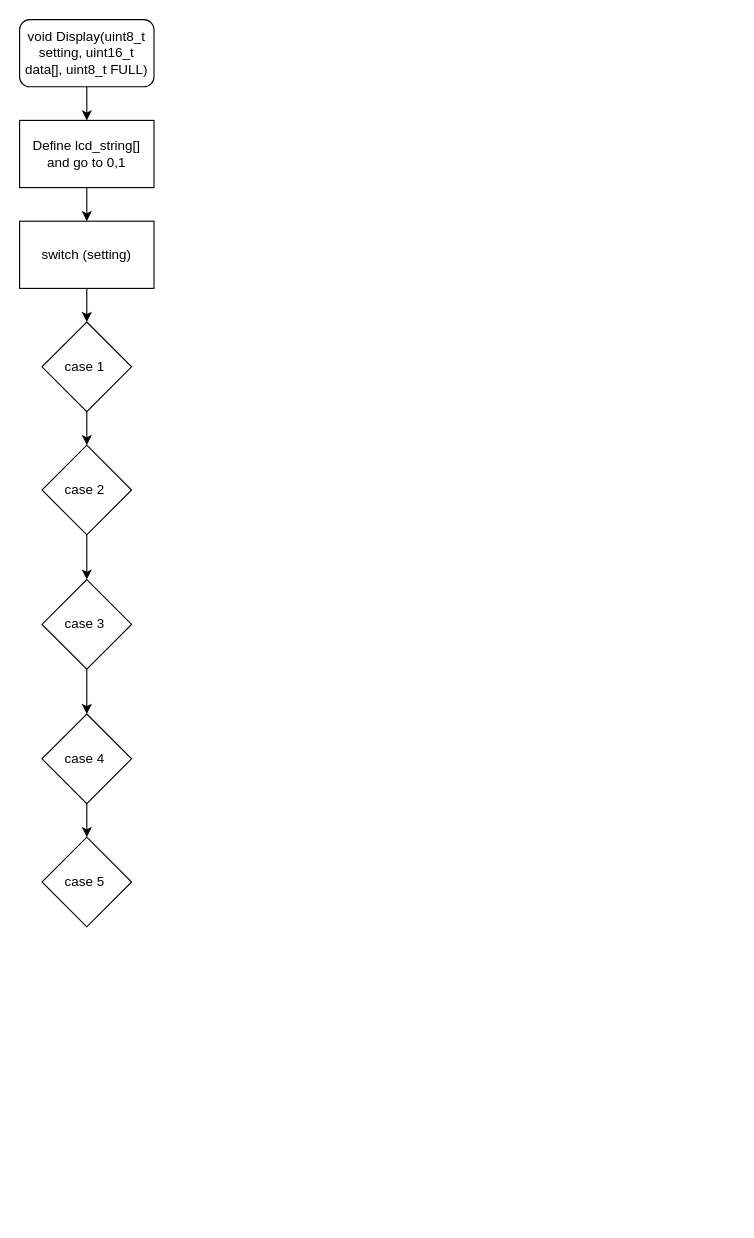
Before: Menu.drawio in unaxlasa/Water-Tank-Project, a draw.io diagram. Source tidied: cells renumbered, new cells numbered last; positions are measured from the earlier drawing's top-left corner, leaving out a move shared by most shapes. Both pictures are drawn from the tidied source at 112%, with x=0, y=0 at pixel (19, 19).
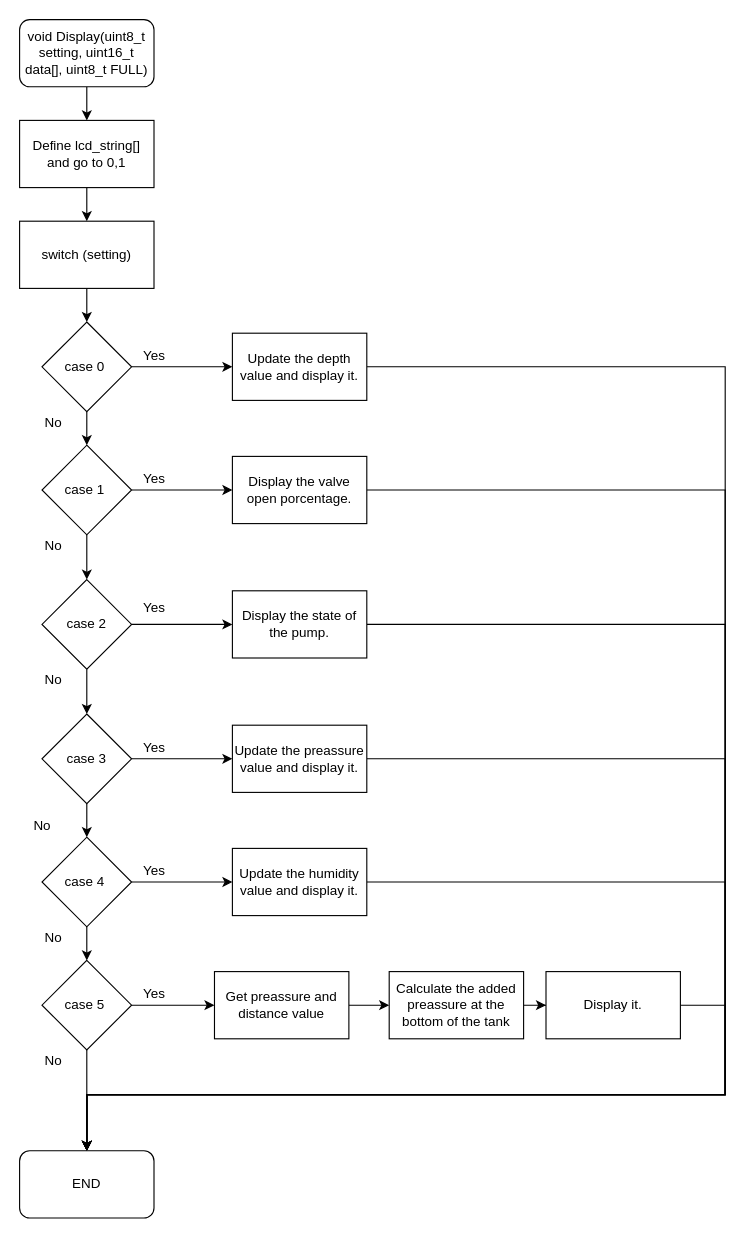
The same diagram, later.

The edit, as a diff of the source:
```diff
@@
+    <mxCell id="17" style="edgeStyle=orthogonalEdgeStyle;rounded=0;jettySize=auto;html=1;" parent="1" edge="1" source="7" target="24">
+      <mxGeometry relative="1" as="geometry" />
+    </mxCell>
-    <mxCell id="7" value="case 1&amp;nbsp;" style="rhombus;whiteSpace=wrap;html=1;" parent="1" vertex="1">
+    <mxCell id="7" value="case 0&amp;nbsp;" style="rhombus;whiteSpace=wrap;html=1;" parent="1" vertex="1">
       <mxGeometry x="20" y="270" width="80" height="80" as="geometry" />
     </mxCell>
@@
+    <mxCell id="18" style="edgeStyle=orthogonalEdgeStyle;rounded=0;jettySize=auto;html=1;" parent="1" edge="1" source="11" target="28">
+      <mxGeometry relative="1" as="geometry" />
+    </mxCell>
-    <mxCell id="11" value="case 3&amp;nbsp;" style="rhombus;whiteSpace=wrap;html=1;" parent="1" vertex="1">
+    <mxCell id="11" value="case 2" style="rhombus;whiteSpace=wrap;html=1;" parent="1" vertex="1">
       <mxGeometry x="20" y="500" width="80" height="80" as="geometry" />
     </mxCell>
@@
+    <mxCell id="19" style="edgeStyle=orthogonalEdgeStyle;rounded=0;jettySize=auto;html=1;" parent="1" edge="1" source="13" target="26">
+      <mxGeometry relative="1" as="geometry" />
+    </mxCell>
-    <mxCell id="13" value="case 2&amp;nbsp;" style="rhombus;whiteSpace=wrap;html=1;" parent="1" vertex="1">
+    <mxCell id="13" value="case 1&amp;nbsp;" style="rhombus;whiteSpace=wrap;html=1;" parent="1" vertex="1">
       <mxGeometry x="20" y="380" width="80" height="80" as="geometry" />
     </mxCell>
@@
+    <mxCell id="20" style="edgeStyle=orthogonalEdgeStyle;rounded=0;jettySize=auto;html=1;" parent="1" edge="1" source="15" target="30">
+      <mxGeometry relative="1" as="geometry" />
+    </mxCell>
-    <mxCell id="15" value="case 4&amp;nbsp;" style="rhombus;whiteSpace=wrap;html=1;" parent="1" vertex="1">
+    <mxCell id="15" value="case 3" style="rhombus;whiteSpace=wrap;html=1;" parent="1" vertex="1">
       <mxGeometry x="20" y="620" width="80" height="80" as="geometry" />
     </mxCell>
+    <mxCell id="21" style="edgeStyle=orthogonalEdgeStyle;rounded=0;jettySize=auto;html=1;" parent="1" edge="1" source="16" target="32">
+      <mxGeometry relative="1" as="geometry" />
+    </mxCell>
+    <mxCell id="22" style="edgeStyle=orthogonalEdgeStyle;rounded=0;jettySize=auto;html=1;" parent="1" edge="1" source="16" target="40">
+      <mxGeometry relative="1" as="geometry" />
+    </mxCell>
-    <mxCell id="16" value="case 5&amp;nbsp;" style="rhombus;whiteSpace=wrap;html=1;" parent="1" vertex="1">
+    <mxCell id="16" value="case 4&amp;nbsp;" style="rhombus;whiteSpace=wrap;html=1;" parent="1" vertex="1">
       <mxGeometry x="20" y="730" width="80" height="80" as="geometry" />
     </mxCell>
+    <mxCell id="23" style="edgeStyle=orthogonalEdgeStyle;rounded=0;jettySize=auto;html=1;exitX=1;exitY=0.5;exitDx=0;exitDy=0;entryX=0.5;entryY=0;entryDx=0;entryDy=0;" parent="1" edge="1" source="24" target="53">
+      <mxGeometry relative="1" as="geometry">
+        <Array as="points">
+          <mxPoint x="630" y="310" />
+          <mxPoint x="630" y="960" />
+          <mxPoint x="60" y="960" />
+        </Array>
+      </mxGeometry>
+    </mxCell>
+    <mxCell id="24" value="Update the depth value and display it." style="rounded=0;whiteSpace=wrap;html=1;" parent="1" vertex="1">
+      <mxGeometry x="190" y="280" width="120" height="60" as="geometry" />
+    </mxCell>
+    <mxCell id="25" style="edgeStyle=orthogonalEdgeStyle;rounded=0;jettySize=auto;html=1;exitX=1;exitY=0.5;exitDx=0;exitDy=0;entryX=0.5;entryY=0;entryDx=0;entryDy=0;" parent="1" edge="1" source="26" target="53">
+      <mxGeometry relative="1" as="geometry">
+        <Array as="points">
+          <mxPoint x="630" y="420" />
+          <mxPoint x="630" y="960" />
+          <mxPoint x="60" y="960" />
+        </Array>
+      </mxGeometry>
+    </mxCell>
+    <mxCell id="26" value="Display the valve open porcentage." style="rounded=0;whiteSpace=wrap;html=1;" parent="1" vertex="1">
+      <mxGeometry x="190" y="390" width="120" height="60" as="geometry" />
+    </mxCell>
+    <mxCell id="27" style="edgeStyle=orthogonalEdgeStyle;rounded=0;jettySize=auto;html=1;exitX=1;exitY=0.5;exitDx=0;exitDy=0;entryX=0.5;entryY=0;entryDx=0;entryDy=0;" parent="1" edge="1" source="28" target="53">
+      <mxGeometry relative="1" as="geometry">
+        <Array as="points">
+          <mxPoint x="630" y="540" />
+          <mxPoint x="630" y="960" />
+          <mxPoint x="60" y="960" />
+        </Array>
+      </mxGeometry>
+    </mxCell>
+    <mxCell id="28" value="Display the state of the pump." style="rounded=0;whiteSpace=wrap;html=1;" parent="1" vertex="1">
+      <mxGeometry x="190" y="510" width="120" height="60" as="geometry" />
+    </mxCell>
+    <mxCell id="29" style="edgeStyle=orthogonalEdgeStyle;rounded=0;jettySize=auto;html=1;exitX=1;exitY=0.5;exitDx=0;exitDy=0;entryX=0.5;entryY=0;entryDx=0;entryDy=0;" parent="1" edge="1" source="30" target="53">
+      <mxGeometry relative="1" as="geometry">
+        <Array as="points">
+          <mxPoint x="630" y="660" />
+          <mxPoint x="630" y="960" />
+          <mxPoint x="60" y="960" />
+        </Array>
+      </mxGeometry>
+    </mxCell>
+    <mxCell id="30" value="Update the preassure value and display it." style="rounded=0;whiteSpace=wrap;html=1;" parent="1" vertex="1">
+      <mxGeometry x="190" y="630" width="120" height="60" as="geometry" />
+    </mxCell>
+    <mxCell id="31" style="edgeStyle=orthogonalEdgeStyle;rounded=0;jettySize=auto;html=1;exitX=1;exitY=0.5;exitDx=0;exitDy=0;entryX=0.5;entryY=0;entryDx=0;entryDy=0;" parent="1" edge="1" source="32" target="53">
+      <mxGeometry relative="1" as="geometry">
+        <Array as="points">
+          <mxPoint x="630" y="770" />
+          <mxPoint x="630" y="960" />
+          <mxPoint x="60" y="960" />
+        </Array>
+      </mxGeometry>
+    </mxCell>
+    <mxCell id="32" value="Update the humidity value and display it." style="rounded=0;whiteSpace=wrap;html=1;" parent="1" vertex="1">
+      <mxGeometry x="190" y="740" width="120" height="60" as="geometry" />
+    </mxCell>
+    <mxCell id="33" value="Yes" style="text;html=1;align=center;verticalAlign=middle;strokeColor=none;fillColor=none;" parent="1" vertex="1">
+      <mxGeometry x="100" y="290" width="40" height="20" as="geometry" />
+    </mxCell>
+    <mxCell id="34" value="Yes" style="text;html=1;align=center;verticalAlign=middle;strokeColor=none;fillColor=none;" parent="1" vertex="1">
+      <mxGeometry x="100" y="400" width="40" height="20" as="geometry" />
+    </mxCell>
+    <mxCell id="35" value="Yes" style="text;html=1;align=center;verticalAlign=middle;strokeColor=none;fillColor=none;" parent="1" vertex="1">
+      <mxGeometry x="100" y="515" width="40" height="20" as="geometry" />
+    </mxCell>
+    <mxCell id="36" value="Yes" style="text;html=1;align=center;verticalAlign=middle;strokeColor=none;fillColor=none;" parent="1" vertex="1">
+      <mxGeometry x="100" y="640" width="40" height="20" as="geometry" />
+    </mxCell>
+    <mxCell id="37" value="Yes" style="text;html=1;align=center;verticalAlign=middle;strokeColor=none;fillColor=none;" parent="1" vertex="1">
+      <mxGeometry x="100" y="750" width="40" height="20" as="geometry" />
+    </mxCell>
+    <mxCell id="38" style="edgeStyle=orthogonalEdgeStyle;rounded=0;jettySize=auto;html=1;" parent="1" edge="1" source="40" target="42">
+      <mxGeometry relative="1" as="geometry" />
+    </mxCell>
+    <mxCell id="39" style="edgeStyle=orthogonalEdgeStyle;rounded=0;jettySize=auto;html=1;" parent="1" edge="1" source="40" target="53">
+      <mxGeometry relative="1" as="geometry">
+        <Array as="points">
+          <mxPoint x="60" y="950" />
+          <mxPoint x="60" y="950" />
+        </Array>
+      </mxGeometry>
+    </mxCell>
+    <mxCell id="40" value="case 5&amp;nbsp;" style="rhombus;whiteSpace=wrap;html=1;" parent="1" vertex="1">
+      <mxGeometry x="20" y="840" width="80" height="80" as="geometry" />
+    </mxCell>
+    <mxCell id="41" style="edgeStyle=orthogonalEdgeStyle;rounded=0;jettySize=auto;html=1;" parent="1" edge="1" source="42" target="50">
+      <mxGeometry relative="1" as="geometry" />
+    </mxCell>
+    <mxCell id="42" value="Get preassure and distance value" style="rounded=0;whiteSpace=wrap;html=1;" parent="1" vertex="1">
+      <mxGeometry x="174" y="850" width="120" height="60" as="geometry" />
+    </mxCell>
+    <mxCell id="43" value="Yes" style="text;html=1;align=center;verticalAlign=middle;strokeColor=none;fillColor=none;" parent="1" vertex="1">
+      <mxGeometry x="100" y="860" width="40" height="20" as="geometry" />
+    </mxCell>
+    <mxCell id="44" value="No" style="text;html=1;align=center;verticalAlign=middle;strokeColor=none;fillColor=none;" parent="1" vertex="1">
+      <mxGeometry x="15" y="580" width="30" height="20" as="geometry" />
+    </mxCell>
+    <mxCell id="45" value="No" style="text;html=1;align=center;verticalAlign=middle;strokeColor=none;fillColor=none;" parent="1" vertex="1">
+      <mxGeometry x="5" y="710" width="30" height="20" as="geometry" />
+    </mxCell>
+    <mxCell id="46" value="No" style="text;html=1;align=center;verticalAlign=middle;strokeColor=none;fillColor=none;" parent="1" vertex="1">
+      <mxGeometry x="15" y="810" width="30" height="20" as="geometry" />
+    </mxCell>
+    <mxCell id="47" value="No" style="text;html=1;align=center;verticalAlign=middle;strokeColor=none;fillColor=none;" parent="1" vertex="1">
+      <mxGeometry x="15" y="460" width="30" height="20" as="geometry" />
+    </mxCell>
+    <mxCell id="48" value="No" style="text;html=1;align=center;verticalAlign=middle;strokeColor=none;fillColor=none;" parent="1" vertex="1">
+      <mxGeometry x="15" y="350" width="30" height="20" as="geometry" />
+    </mxCell>
+    <mxCell id="49" style="edgeStyle=orthogonalEdgeStyle;rounded=0;jettySize=auto;html=1;" parent="1" edge="1" source="50" target="52">
+      <mxGeometry relative="1" as="geometry" />
+    </mxCell>
+    <mxCell id="50" value="Calculate the added preassure at the bottom of the tank" style="rounded=0;whiteSpace=wrap;html=1;" parent="1" vertex="1">
+      <mxGeometry x="330" y="850" width="120" height="60" as="geometry" />
+    </mxCell>
+    <mxCell id="51" style="edgeStyle=orthogonalEdgeStyle;rounded=0;jettySize=auto;html=1;exitX=1;exitY=0.5;exitDx=0;exitDy=0;entryX=0.5;entryY=0;entryDx=0;entryDy=0;" parent="1" edge="1" source="52" target="53">
+      <mxGeometry relative="1" as="geometry">
+        <Array as="points">
+          <mxPoint x="630" y="880" />
+          <mxPoint x="630" y="960" />
+          <mxPoint x="60" y="960" />
+        </Array>
+      </mxGeometry>
+    </mxCell>
+    <mxCell id="52" value="Display it." style="whiteSpace=wrap;html=1;" parent="1" vertex="1">
+      <mxGeometry x="470" y="850" width="120" height="60" as="geometry" />
+    </mxCell>
+    <mxCell id="53" value="END" style="rounded=1;whiteSpace=wrap;html=1;" parent="1" vertex="1">
+      <mxGeometry y="1010" width="120" height="60" as="geometry" />
+    </mxCell>
+    <mxCell id="54" value="No" style="text;html=1;align=center;verticalAlign=middle;strokeColor=none;fillColor=none;" parent="1" vertex="1">
+      <mxGeometry x="15" y="920" width="30" height="20" as="geometry" />
+    </mxCell>
```
